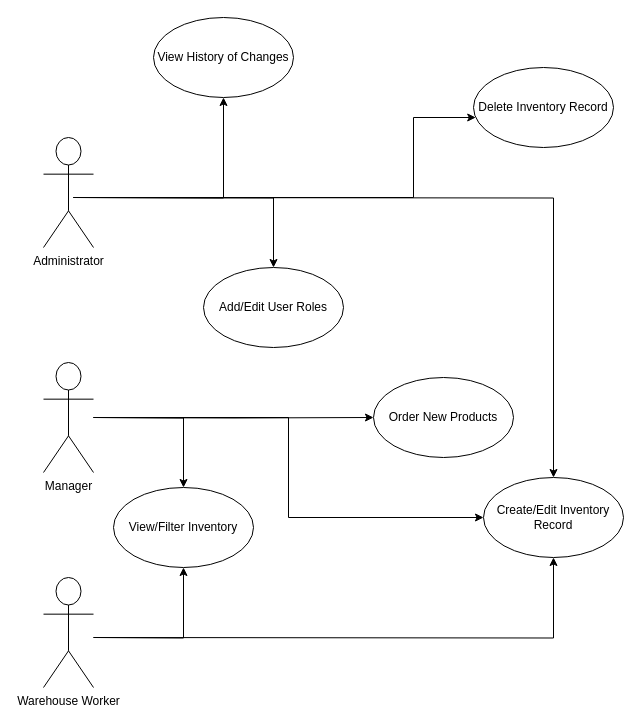
PMi-33-2024-2025/InventoryManagement keeps this draw.io diagram as Documents/UseCases.drawio. Above is the earlier version. Source tidied: cells renumbered, new cells numbered last; positions are measured from the earlier drawing's top-left corner, leaving out a move shared by most shapes. Both pictures are drawn from the tidied source at 100%, with x=0, y=0 at pixel (43, 17).
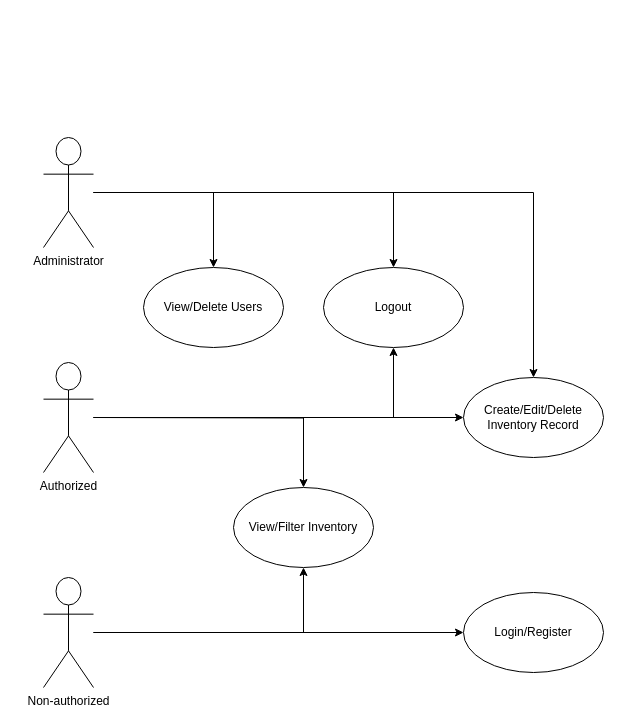
The same diagram, later.

The change refers to these unchanged cells:
```xml
<mxCell id="16" value="Administrator" style="shape=umlActor;verticalLabelPosition=bottom;verticalAlign=top;html=1;outlineConnect=0;" parent="1" vertex="1">
  <mxGeometry y="120" width="50" height="110" as="geometry" />
</mxCell>
```

What changed in the source:
```diff
@@
-    <mxCell id="2" value="Create/Edit Inventory Record" style="ellipse;whiteSpace=wrap;html=1;" parent="1" vertex="1">
-      <mxGeometry x="440" y="460" width="140" height="80" as="geometry" />
+    <mxCell id="2" value="Create/Edit/Delete Inventory Record" style="ellipse;whiteSpace=wrap;html=1;" parent="1" vertex="1">
+      <mxGeometry x="420" y="360" width="140" height="80" as="geometry" />
     </mxCell>
-    <mxCell id="3" value="Delete Inventory Record" style="ellipse;whiteSpace=wrap;html=1;" parent="1" vertex="1">
-      <mxGeometry x="430" y="50" width="140" height="80" as="geometry" />
-    </mxCell>
-    <mxCell id="4" value="Add/Edit User Roles" style="ellipse;whiteSpace=wrap;html=1;" parent="1" vertex="1">
-      <mxGeometry x="160" y="250" width="140" height="80" as="geometry" />
+    <mxCell id="4" value="View/Delete Users" style="ellipse;whiteSpace=wrap;html=1;" parent="1" vertex="1">
+      <mxGeometry x="100" y="250" width="140" height="80" as="geometry" />
     </mxCell>
     <mxCell id="5" value="View/Filter Inventory" style="ellipse;whiteSpace=wrap;html=1;" parent="1" vertex="1">
-      <mxGeometry x="70" y="470" width="140" height="80" as="geometry" />
+      <mxGeometry x="190" y="470" width="140" height="80" as="geometry" />
     </mxCell>
-    <mxCell id="6" value="Order New Products" style="ellipse;whiteSpace=wrap;html=1;" parent="1" vertex="1">
-      <mxGeometry x="330" y="360" width="140" height="80" as="geometry" />
-    </mxCell>
-    <mxCell id="7" value="View History of Changes" style="ellipse;whiteSpace=wrap;html=1;" parent="1" vertex="1">
-      <mxGeometry x="110" width="140" height="80" as="geometry" />
-    </mxCell>
-    <mxCell id="8" style="edgeStyle=orthogonalEdgeStyle;rounded=0;" parent="1" edge="1" target="2">
-      <mxGeometry relative="1" as="geometry">
-        <mxPoint x="30" y="180" as="sourcePoint" />
-      </mxGeometry>
-    </mxCell>
-    <mxCell id="9" style="edgeStyle=orthogonalEdgeStyle;rounded=0;" parent="1" edge="1" target="3">
-      <mxGeometry relative="1" as="geometry">
-        <mxPoint x="30" y="180" as="sourcePoint" />
-        <Array as="points">
-          <mxPoint x="370" y="180" />
-          <mxPoint x="370" y="100" />
-        </Array>
-      </mxGeometry>
-    </mxCell>
-    <mxCell id="10" style="edgeStyle=orthogonalEdgeStyle;rounded=0;" parent="1" edge="1" target="4">
-      <mxGeometry relative="1" as="geometry">
-        <mxPoint x="30" y="180" as="sourcePoint" />
-      </mxGeometry>
-    </mxCell>
-    <mxCell id="11" style="edgeStyle=orthogonalEdgeStyle;rounded=0;" parent="1" edge="1" target="7">
-      <mxGeometry relative="1" as="geometry">
-        <mxPoint x="30" y="180" as="sourcePoint" />
-      </mxGeometry>
-    </mxCell>
@@
-    <mxCell id="13" style="edgeStyle=orthogonalEdgeStyle;rounded=0;" parent="1" edge="1" target="6">
-      <mxGeometry relative="1" as="geometry">
-        <mxPoint x="50" y="400" as="sourcePoint" />
-      </mxGeometry>
-    </mxCell>
-    <mxCell id="14" style="edgeStyle=orthogonalEdgeStyle;rounded=0;" parent="1" edge="1" target="2">
-      <mxGeometry relative="1" as="geometry">
-        <mxPoint x="50" y="620" as="sourcePoint" />
-      </mxGeometry>
-    </mxCell>
-    <mxCell id="15" style="edgeStyle=orthogonalEdgeStyle;rounded=0;" parent="1" edge="1" target="5">
-      <mxGeometry relative="1" as="geometry">
-        <mxPoint x="50" y="620" as="sourcePoint" />
-      </mxGeometry>
-    </mxCell>
+    <mxCell id="20" style="edgeStyle=orthogonalEdgeStyle;rounded=0;jettySize=auto;html=1;" parent="1" edge="1" source="16" target="4">
+      <mxGeometry relative="1" as="geometry" />
+    </mxCell>
+    <mxCell id="21" style="edgeStyle=orthogonalEdgeStyle;rounded=0;jettySize=auto;html=1;" parent="1" edge="1" source="16" target="26">
+      <mxGeometry relative="1" as="geometry" />
+    </mxCell>
+    <mxCell id="22" style="edgeStyle=orthogonalEdgeStyle;rounded=0;jettySize=auto;html=1;" parent="1" edge="1" source="16" target="2">
+      <mxGeometry relative="1" as="geometry" />
+    </mxCell>
@@
+    <mxCell id="23" style="edgeStyle=orthogonalEdgeStyle;rounded=0;jettySize=auto;html=1;entryX=0.5;entryY=1;entryDx=0;entryDy=0;" parent="1" edge="1" source="18" target="26">
+      <mxGeometry relative="1" as="geometry" />
+    </mxCell>
-    <mxCell id="18" value="Manager" style="shape=umlActor;verticalLabelPosition=bottom;verticalAlign=top;html=1;outlineConnect=0;" parent="1" vertex="1">
+    <mxCell id="18" value="Authorized" style="shape=umlActor;verticalLabelPosition=bottom;verticalAlign=top;html=1;outlineConnect=0;" parent="1" vertex="1">
       <mxGeometry y="345" width="50" height="110" as="geometry" />
     </mxCell>
+    <mxCell id="24" style="edgeStyle=orthogonalEdgeStyle;rounded=0;jettySize=auto;html=1;" parent="1" edge="1" source="19" target="27">
+      <mxGeometry relative="1" as="geometry" />
+    </mxCell>
+    <mxCell id="25" style="edgeStyle=orthogonalEdgeStyle;rounded=0;jettySize=auto;html=1;entryX=0.5;entryY=1;entryDx=0;entryDy=0;" parent="1" edge="1" source="19" target="5">
+      <mxGeometry relative="1" as="geometry" />
+    </mxCell>
-    <mxCell id="19" value="Warehouse Worker" style="shape=umlActor;verticalLabelPosition=bottom;verticalAlign=top;html=1;outlineConnect=0;" parent="1" vertex="1">
+    <mxCell id="19" value="Non-authorized" style="shape=umlActor;verticalLabelPosition=bottom;verticalAlign=top;html=1;outlineConnect=0;" parent="1" vertex="1">
       <mxGeometry y="560" width="50" height="110" as="geometry" />
     </mxCell>
+    <mxCell id="26" value="Logout" style="ellipse;whiteSpace=wrap;html=1;" parent="1" vertex="1">
+      <mxGeometry x="280" y="250" width="140" height="80" as="geometry" />
+    </mxCell>
+    <mxCell id="27" value="Login/Register" style="ellipse;whiteSpace=wrap;html=1;" parent="1" vertex="1">
+      <mxGeometry x="420" y="575" width="140" height="80" as="geometry" />
+    </mxCell>
```
